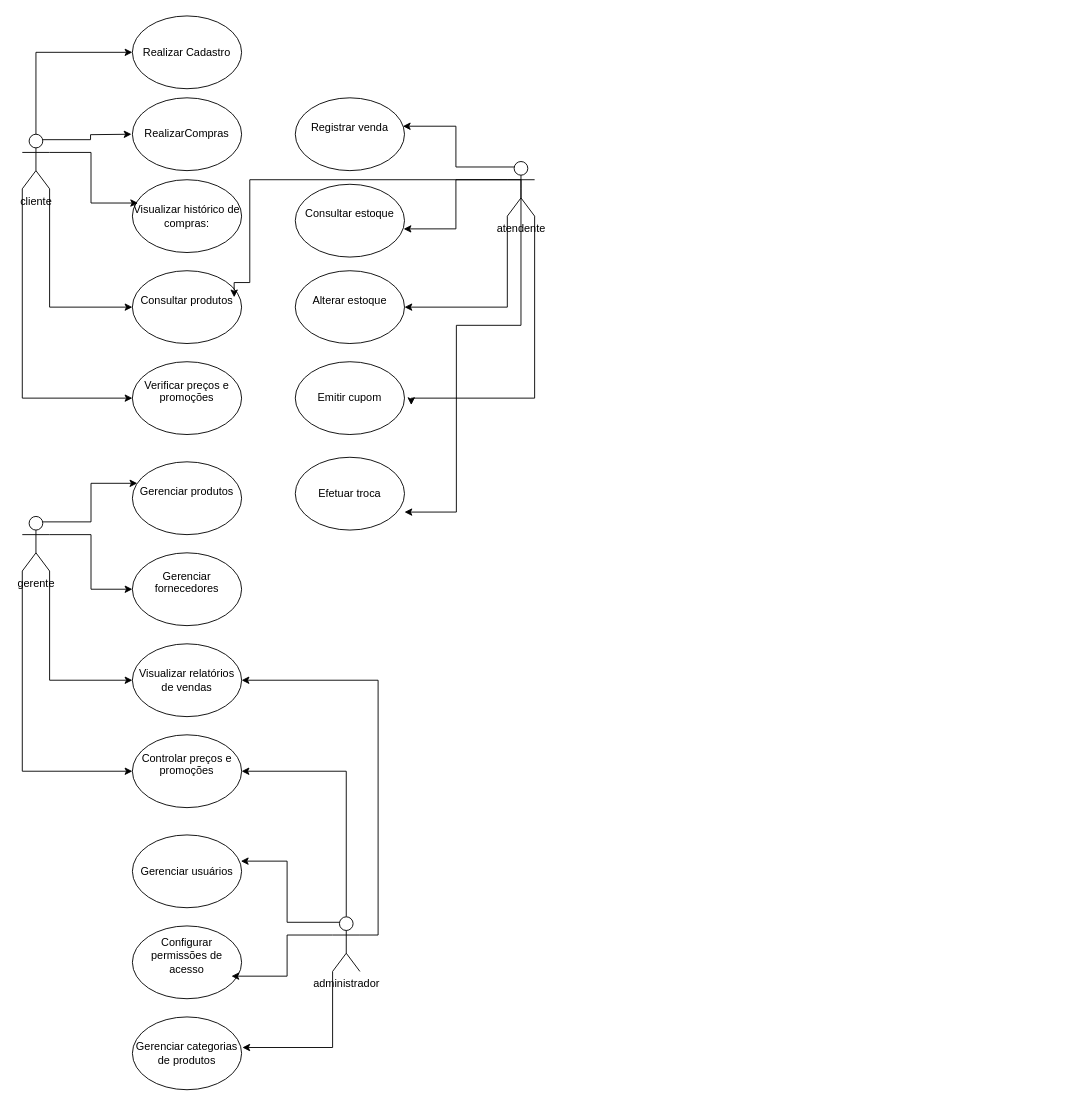
Above: sistema de farmacia.drawio in AirlanDEV/diagramasderequisitos (draw.io), before the change. Source tidied: cells renumbered, new cells numbered last; positions are measured from the earlier drawing's top-left corner, leaving out a move shared by most shapes. Both pictures are drawn from the tidied source at 91%, with x=0, y=0 at pixel (22, 15).
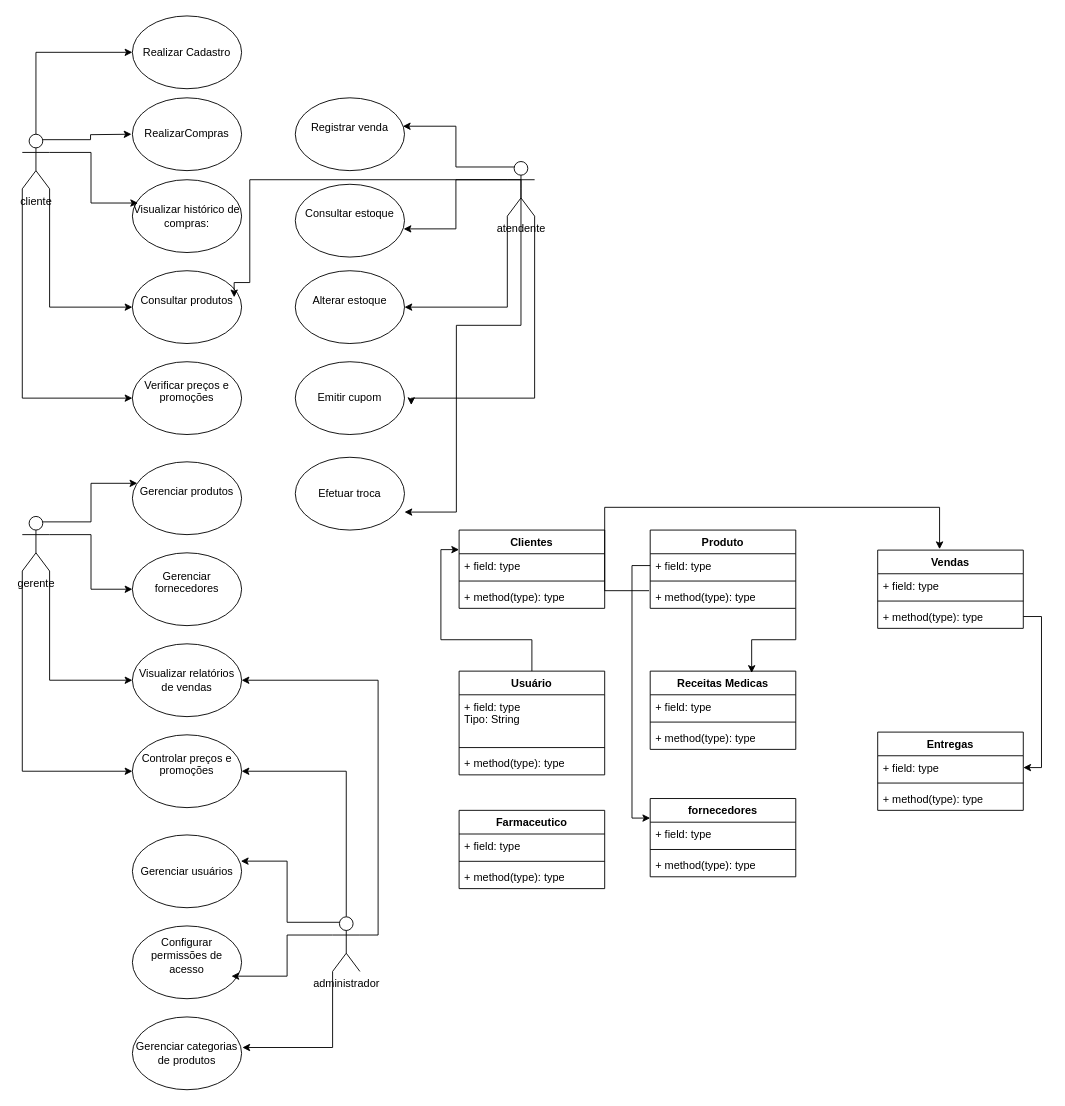
The same page after the edit.

Diff of the diagram source:
```diff
@@
+    <mxCell id="43" style="edgeStyle=orthogonalEdgeStyle;rounded=0;jettySize=auto;html=1;exitX=0.5;exitY=0;exitDx=0;exitDy=0;entryX=0;entryY=0.25;entryDx=0;entryDy=0;" parent="1" edge="1" source="44" target="56">
+      <mxGeometry relative="1" as="geometry" />
+    </mxCell>
+    <mxCell id="44" value="Usuário" style="swimlane;fontStyle=1;align=center;verticalAlign=top;horizontal=1;startSize=26;whiteSpace=wrap;html=1;" parent="1" vertex="1">
+      <mxGeometry x="480" y="720" width="160" height="114" as="geometry" />
+    </mxCell>
+    <mxCell id="45" value="+ field: type&lt;div&gt;Tipo: String&lt;/div&gt;" style="text;strokeColor=none;fillColor=none;align=left;verticalAlign=top;spacingLeft=4;spacingRight=4;overflow=hidden;whiteSpace=wrap;html=1;" parent="44" vertex="1">
+      <mxGeometry y="26" width="160" height="54" as="geometry" />
+    </mxCell>
+    <mxCell id="46" style="line;strokeWidth=1;fillColor=none;align=left;verticalAlign=middle;spacingTop=-1;spacingLeft=3;spacingRight=3;labelPosition=right;strokeColor=inherit;" parent="44" vertex="1">
+      <mxGeometry y="80" width="160" height="8" as="geometry" />
+    </mxCell>
+    <mxCell id="47" value="+ method(type): type" style="text;strokeColor=none;fillColor=none;align=left;verticalAlign=top;spacingLeft=4;spacingRight=4;overflow=hidden;whiteSpace=wrap;html=1;" parent="44" vertex="1">
+      <mxGeometry y="88" width="160" height="26" as="geometry" />
+    </mxCell>
+    <mxCell id="48" value="Produto" style="swimlane;fontStyle=1;align=center;verticalAlign=top;horizontal=1;startSize=26;whiteSpace=wrap;html=1;" parent="1" vertex="1">
+      <mxGeometry x="690" y="565" width="160" height="86" as="geometry" />
+    </mxCell>
+    <mxCell id="49" value="+ field: type" style="text;strokeColor=none;fillColor=none;align=left;verticalAlign=top;spacingLeft=4;spacingRight=4;overflow=hidden;points=[[0,0.5],[1,0.5]];portConstraint=eastwest;whiteSpace=wrap;html=1;" parent="48" vertex="1">
+      <mxGeometry y="26" width="160" height="26" as="geometry" />
+    </mxCell>
+    <mxCell id="50" style="line;strokeWidth=1;fillColor=none;align=left;verticalAlign=middle;spacingTop=-1;spacingLeft=3;spacingRight=3;labelPosition=right;strokeColor=inherit;" parent="48" vertex="1">
+      <mxGeometry y="52" width="160" height="8" as="geometry" />
+    </mxCell>
+    <mxCell id="51" value="+ method(type): type" style="text;strokeColor=none;fillColor=none;align=left;verticalAlign=top;spacingLeft=4;spacingRight=4;overflow=hidden;points=[[0,0.5],[1,0.5]];portConstraint=eastwest;whiteSpace=wrap;html=1;" parent="48" vertex="1">
+      <mxGeometry y="60" width="160" height="26" as="geometry" />
+    </mxCell>
+    <mxCell id="52" value="Vendas" style="swimlane;fontStyle=1;align=center;verticalAlign=top;horizontal=1;startSize=26;whiteSpace=wrap;html=1;" parent="1" vertex="1">
+      <mxGeometry x="940" y="587" width="160" height="86" as="geometry" />
+    </mxCell>
+    <mxCell id="53" value="+ field: type" style="text;strokeColor=none;fillColor=none;align=left;verticalAlign=top;spacingLeft=4;spacingRight=4;overflow=hidden;whiteSpace=wrap;html=1;" parent="52" vertex="1">
+      <mxGeometry y="26" width="160" height="26" as="geometry" />
+    </mxCell>
+    <mxCell id="54" style="line;strokeWidth=1;fillColor=none;align=left;verticalAlign=middle;spacingTop=-1;spacingLeft=3;spacingRight=3;labelPosition=right;strokeColor=inherit;" parent="52" vertex="1">
+      <mxGeometry y="52" width="160" height="8" as="geometry" />
+    </mxCell>
+    <mxCell id="55" value="+ method(type): type" style="text;strokeColor=none;fillColor=none;align=left;verticalAlign=top;spacingLeft=4;spacingRight=4;overflow=hidden;points=[[0,0.5],[1,0.5]];portConstraint=eastwest;whiteSpace=wrap;html=1;" parent="52" vertex="1">
+      <mxGeometry y="60" width="160" height="26" as="geometry" />
+    </mxCell>
+    <mxCell id="56" value="Clientes" style="swimlane;fontStyle=1;align=center;verticalAlign=top;horizontal=1;startSize=26;whiteSpace=wrap;html=1;" parent="1" vertex="1">
+      <mxGeometry x="480" y="565" width="160" height="86" as="geometry" />
+    </mxCell>
+    <mxCell id="57" value="+ field: type" style="text;strokeColor=none;fillColor=none;align=left;verticalAlign=top;spacingLeft=4;spacingRight=4;overflow=hidden;whiteSpace=wrap;html=1;" parent="56" vertex="1">
+      <mxGeometry y="26" width="160" height="26" as="geometry" />
+    </mxCell>
+    <mxCell id="58" style="line;strokeWidth=1;fillColor=none;align=left;verticalAlign=middle;spacingTop=-1;spacingLeft=3;spacingRight=3;labelPosition=right;strokeColor=inherit;" parent="56" vertex="1">
+      <mxGeometry y="52" width="160" height="8" as="geometry" />
+    </mxCell>
+    <mxCell id="59" value="+ method(type): type" style="text;strokeColor=none;fillColor=none;align=left;verticalAlign=top;spacingLeft=4;spacingRight=4;overflow=hidden;whiteSpace=wrap;html=1;" parent="56" vertex="1">
+      <mxGeometry y="60" width="160" height="26" as="geometry" />
+    </mxCell>
+    <mxCell id="60" value="Receitas Medicas" style="swimlane;fontStyle=1;align=center;verticalAlign=top;horizontal=1;startSize=26;whiteSpace=wrap;html=1;" parent="1" vertex="1">
+      <mxGeometry x="690" y="720" width="160" height="86" as="geometry" />
+    </mxCell>
+    <mxCell id="61" value="+ field: type" style="text;strokeColor=none;fillColor=none;align=left;verticalAlign=top;spacingLeft=4;spacingRight=4;overflow=hidden;whiteSpace=wrap;html=1;" parent="60" vertex="1">
+      <mxGeometry y="26" width="160" height="26" as="geometry" />
+    </mxCell>
+    <mxCell id="62" style="line;strokeWidth=1;fillColor=none;align=left;verticalAlign=middle;spacingTop=-1;spacingLeft=3;spacingRight=3;labelPosition=right;strokeColor=inherit;" parent="60" vertex="1">
+      <mxGeometry y="52" width="160" height="8" as="geometry" />
+    </mxCell>
+    <mxCell id="63" value="+ method(type): type" style="text;strokeColor=none;fillColor=none;align=left;verticalAlign=top;spacingLeft=4;spacingRight=4;overflow=hidden;whiteSpace=wrap;html=1;" parent="60" vertex="1">
+      <mxGeometry y="60" width="160" height="26" as="geometry" />
+    </mxCell>
+    <mxCell id="64" value="fornecedores" style="swimlane;fontStyle=1;align=center;verticalAlign=top;horizontal=1;startSize=26;whiteSpace=wrap;html=1;" parent="1" vertex="1">
+      <mxGeometry x="690" y="860" width="160" height="86" as="geometry" />
+    </mxCell>
+    <mxCell id="65" value="+ field: type" style="text;strokeColor=none;fillColor=none;align=left;verticalAlign=top;spacingLeft=4;spacingRight=4;overflow=hidden;whiteSpace=wrap;html=1;" parent="64" vertex="1">
+      <mxGeometry y="26" width="160" height="26" as="geometry" />
+    </mxCell>
+    <mxCell id="66" style="line;strokeWidth=1;fillColor=none;align=left;verticalAlign=middle;spacingTop=-1;spacingLeft=3;spacingRight=3;labelPosition=right;strokeColor=inherit;" parent="64" vertex="1">
+      <mxGeometry y="52" width="160" height="8" as="geometry" />
+    </mxCell>
+    <mxCell id="67" value="+ method(type): type" style="text;strokeColor=none;fillColor=none;align=left;verticalAlign=top;spacingLeft=4;spacingRight=4;overflow=hidden;whiteSpace=wrap;html=1;" parent="64" vertex="1">
+      <mxGeometry y="60" width="160" height="26" as="geometry" />
+    </mxCell>
+    <mxCell id="68" value="Entregas" style="swimlane;fontStyle=1;align=center;verticalAlign=top;horizontal=1;startSize=26;whiteSpace=wrap;html=1;" parent="1" vertex="1">
+      <mxGeometry x="940" y="787" width="160" height="86" as="geometry" />
+    </mxCell>
+    <mxCell id="69" value="+ field: type" style="text;strokeColor=none;fillColor=none;align=left;verticalAlign=top;spacingLeft=4;spacingRight=4;overflow=hidden;points=[[0,0.5],[1,0.5]];portConstraint=eastwest;whiteSpace=wrap;html=1;" parent="68" vertex="1">
+      <mxGeometry y="26" width="160" height="26" as="geometry" />
+    </mxCell>
+    <mxCell id="70" style="line;strokeWidth=1;fillColor=none;align=left;verticalAlign=middle;spacingTop=-1;spacingLeft=3;spacingRight=3;labelPosition=right;strokeColor=inherit;" parent="68" vertex="1">
+      <mxGeometry y="52" width="160" height="8" as="geometry" />
+    </mxCell>
+    <mxCell id="71" value="+ method(type): type" style="text;strokeColor=none;fillColor=none;align=left;verticalAlign=top;spacingLeft=4;spacingRight=4;overflow=hidden;whiteSpace=wrap;html=1;" parent="68" vertex="1">
+      <mxGeometry y="60" width="160" height="26" as="geometry" />
+    </mxCell>
+    <mxCell id="72" style="edgeStyle=orthogonalEdgeStyle;rounded=0;jettySize=auto;html=1;exitX=-0.008;exitY=0.254;exitDx=0;exitDy=0;entryX=0.425;entryY=-0.012;entryDx=0;entryDy=0;entryPerimeter=0;exitPerimeter=0;" parent="1" edge="1" source="51" target="52">
+      <mxGeometry relative="1" as="geometry">
+        <Array as="points">
+          <mxPoint x="640" y="632" />
+          <mxPoint x="640" y="540" />
+          <mxPoint x="1008" y="540" />
+        </Array>
+      </mxGeometry>
+    </mxCell>
+    <mxCell id="73" style="edgeStyle=orthogonalEdgeStyle;rounded=0;jettySize=auto;html=1;exitX=1;exitY=1;exitDx=0;exitDy=0;entryX=0.697;entryY=0.023;entryDx=0;entryDy=0;entryPerimeter=0;" parent="1" edge="1" source="48" target="60">
+      <mxGeometry relative="1" as="geometry" />
+    </mxCell>
+    <mxCell id="74" style="edgeStyle=orthogonalEdgeStyle;rounded=0;jettySize=auto;html=1;exitX=0;exitY=0.5;exitDx=0;exitDy=0;entryX=0;entryY=0.25;entryDx=0;entryDy=0;" parent="1" edge="1" source="49" target="64">
+      <mxGeometry relative="1" as="geometry" />
+    </mxCell>
+    <mxCell id="75" style="edgeStyle=orthogonalEdgeStyle;rounded=0;jettySize=auto;html=1;exitX=1;exitY=0.5;exitDx=0;exitDy=0;entryX=1;entryY=0.5;entryDx=0;entryDy=0;" parent="1" edge="1" source="55" target="69">
+      <mxGeometry relative="1" as="geometry" />
+    </mxCell>
+    <mxCell id="76" value="Farmaceutico" style="swimlane;fontStyle=1;align=center;verticalAlign=top;horizontal=1;startSize=26;whiteSpace=wrap;html=1;" parent="1" vertex="1">
+      <mxGeometry x="480" y="873" width="160" height="86" as="geometry" />
+    </mxCell>
+    <mxCell id="77" value="+ field: type" style="text;strokeColor=none;fillColor=none;align=left;verticalAlign=top;spacingLeft=4;spacingRight=4;overflow=hidden;whiteSpace=wrap;html=1;" parent="76" vertex="1">
+      <mxGeometry y="26" width="160" height="26" as="geometry" />
+    </mxCell>
+    <mxCell id="78" style="line;strokeWidth=1;fillColor=none;align=left;verticalAlign=middle;spacingTop=-1;spacingLeft=3;spacingRight=3;labelPosition=right;strokeColor=inherit;" parent="76" vertex="1">
+      <mxGeometry y="52" width="160" height="8" as="geometry" />
+    </mxCell>
+    <mxCell id="79" value="+ method(type): type" style="text;strokeColor=none;fillColor=none;align=left;verticalAlign=top;spacingLeft=4;spacingRight=4;overflow=hidden;whiteSpace=wrap;html=1;" parent="76" vertex="1">
+      <mxGeometry y="60" width="160" height="26" as="geometry" />
+    </mxCell>
```
